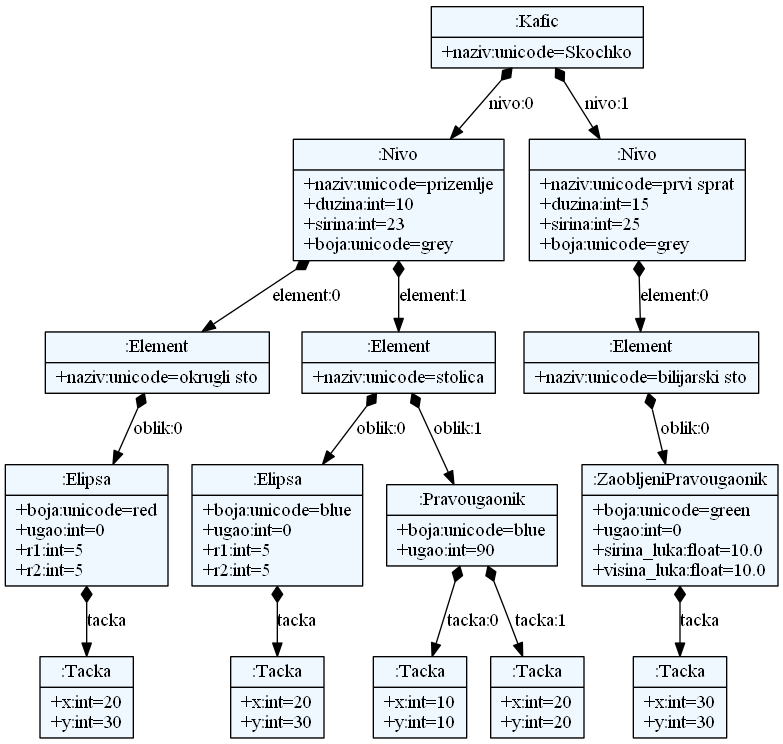
0xMilica/JSDGenerator keeps this Graphviz diagram as JSDProject/language/model.png. Above is the earlier version. Its source is kept beside it as JSDProject/language/model.dot.
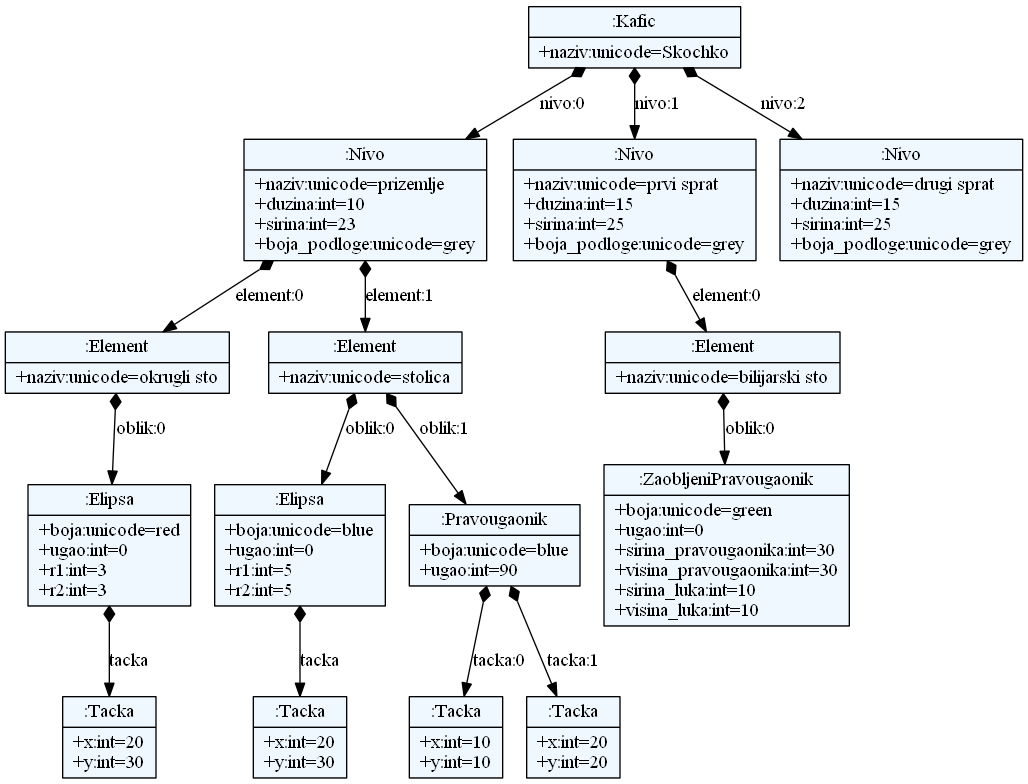
The same diagram one commit later.

What changed in the source:
```diff
@@ -9,34 +9,34 @@
     edge[dir=black,arrowtail=empty]
 
 
-47152936 -> 52161952 [label="nivo:0" arrowtail=diamond dir=both]
-52161952 -> 52162512 [label="element:0" arrowtail=diamond dir=both]
-52162512 -> 52515448 [label="oblik:0" arrowtail=diamond dir=both]
-52515448 -> 52515560 [label="tacka" arrowtail=diamond dir=both]
-52515560[label="{:Tacka|+x:int=20\l+y:int=30\l}"]
-52515448[label="{:Elipsa|+boja:unicode=red\l+ugao:int=0\l+r1:int=5\l+r2:int=5\l}"]
-52162512[label="{:Element|+naziv:unicode=okrugli sto\l}"]
-52161952 -> 52138784 [label="element:1" arrowtail=diamond dir=both]
-52138784 -> 52515616 [label="oblik:0" arrowtail=diamond dir=both]
-52515616 -> 52515728 [label="tacka" arrowtail=diamond dir=both]
-52515728[label="{:Tacka|+x:int=20\l+y:int=30\l}"]
-52515616[label="{:Elipsa|+boja:unicode=blue\l+ugao:int=0\l+r1:int=5\l+r2:int=5\l}"]
-52138784 -> 52515672 [label="oblik:1" arrowtail=diamond dir=both]
-52515672 -> 52515896 [label="tacka:0" arrowtail=diamond dir=both]
-52515896[label="{:Tacka|+x:int=10\l+y:int=10\l}"]
-52515672 -> 52515952 [label="tacka:1" arrowtail=diamond dir=both]
-52515952[label="{:Tacka|+x:int=20\l+y:int=20\l}"]
-52515672[label="{:Pravougaonik|+boja:unicode=blue\l+ugao:int=90\l}"]
-52138784[label="{:Element|+naziv:unicode=stolica\l}"]
-52161952[label="{:Nivo|+naziv:unicode=prizemlje\l+duzina:int=10\l+sirina:int=23\l+boja:unicode=grey\l}"]
-47152936 -> 52162400 [label="nivo:1" arrowtail=diamond dir=both]
-52162400 -> 52515504 [label="element:0" arrowtail=diamond dir=both]
-52515504 -> 52516008 [label="oblik:0" arrowtail=diamond dir=both]
-52516008 -> 52516120 [label="tacka" arrowtail=diamond dir=both]
-52516120[label="{:Tacka|+x:int=30\l+y:int=30\l}"]
-52516008[label="{:ZaobljeniPravougaonik|+boja:unicode=green\l+ugao:int=0\l+sirina_luka:float=10.0\l+visina_luka:float=10.0\l}"]
-52515504[label="{:Element|+naziv:unicode=bilijarski sto\l}"]
-52162400[label="{:Nivo|+naziv:unicode=prvi sprat\l+duzina:int=15\l+sirina:int=25\l+boja:unicode=grey\l}"]
-47152936[label="{:Kafic|+naziv:unicode=Skochko\l}"]
+49328816 -> 52800368 [label="nivo:0" arrowtail=diamond dir=both]
+52800368 -> 52799976 [label="element:0" arrowtail=diamond dir=both]
+52799976 -> 52798128 [label="oblik:0" arrowtail=diamond dir=both]
+52798128 -> 52797512 [label="tacka" arrowtail=diamond dir=both]
+52797512[label="{:Tacka|+x:int=20\l+y:int=30\l}"]
+52798128[label="{:Elipsa|+boja:unicode=red\l+ugao:int=0\l+r1:int=3\l+r2:int=3\l}"]
+52799976[label="{:Element|+naziv:unicode=okrugli sto\l}"]
+52800368 -> 52797568 [label="element:1" arrowtail=diamond dir=both]
+52797568 -> 52800144 [label="oblik:0" arrowtail=diamond dir=both]
+52800144 -> 52799584 [label="tacka" arrowtail=diamond dir=both]
+52799584[label="{:Tacka|+x:int=20\l+y:int=30\l}"]
+52800144[label="{:Elipsa|+boja:unicode=blue\l+ugao:int=0\l+r1:int=5\l+r2:int=5\l}"]
+52797568 -> 52800200 [label="oblik:1" arrowtail=diamond dir=both]
+52800200 -> 52798968 [label="tacka:0" arrowtail=diamond dir=both]
+52798968[label="{:Tacka|+x:int=10\l+y:int=10\l}"]
+52800200 -> 52798800 [label="tacka:1" arrowtail=diamond dir=both]
+52798800[label="{:Tacka|+x:int=20\l+y:int=20\l}"]
+52800200[label="{:Pravougaonik|+boja:unicode=blue\l+ugao:int=90\l}"]
+52797568[label="{:Element|+naziv:unicode=stolica\l}"]
+52800368[label="{:Nivo|+naziv:unicode=prizemlje\l+duzina:int=10\l+sirina:int=23\l+boja_podloge:unicode=grey\l}"]
+49328816 -> 52800424 [label="nivo:1" arrowtail=diamond dir=both]
+52800424 -> 52798184 [label="element:0" arrowtail=diamond dir=both]
+52798184 -> 52798856 [label="oblik:0" arrowtail=diamond dir=both]
+52798856[label="{:ZaobljeniPravougaonik|+boja:unicode=green\l+ugao:int=0\l+sirina_pravougaonika:int=30\l+visina_pravougaonika:int=30\l+sirina_luka:int=10\l+visina_luka:int=10\l}"]
+52798184[label="{:Element|+naziv:unicode=bilijarski sto\l}"]
+52800424[label="{:Nivo|+naziv:unicode=prvi sprat\l+duzina:int=15\l+sirina:int=25\l+boja_podloge:unicode=grey\l}"]
+49328816 -> 52799920 [label="nivo:2" arrowtail=diamond dir=both]
+52799920[label="{:Nivo|+naziv:unicode=drugi sprat\l+duzina:int=15\l+sirina:int=25\l+boja_podloge:unicode=grey\l}"]
+49328816[label="{:Kafic|+naziv:unicode=Skochko\l}"]
 
 }
```
